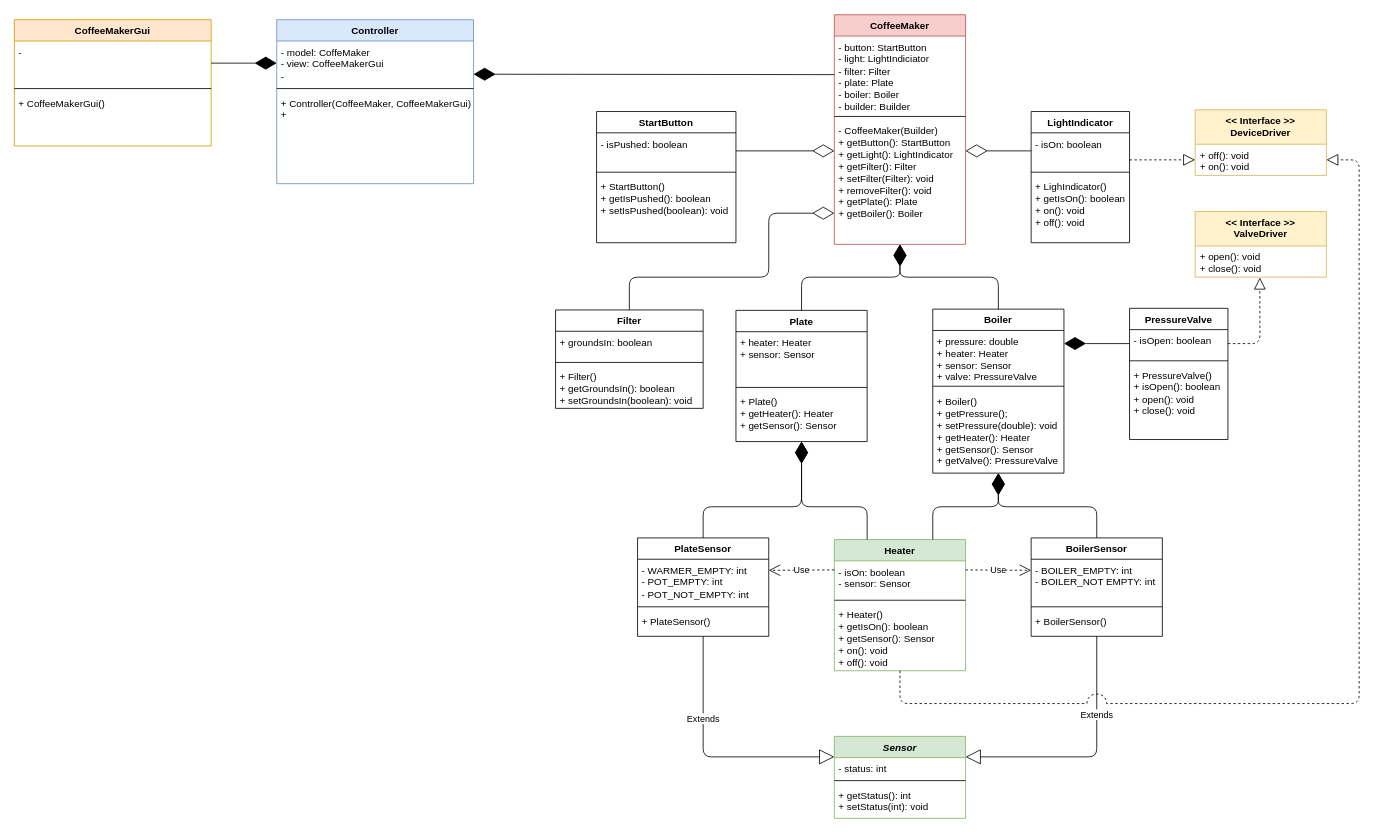
Before: resources/CoffeeMakerUML.drawio in JosueRodriguezGarcia/CoffeeMaker-Group2, a draw.io diagram. Source tidied: cells renumbered, new cells numbered last; positions are measured from the earlier drawing's top-left corner, leaving out a move shared by most shapes. Both pictures are drawn from the tidied source at 82%, with x=0, y=0 at pixel (14, 14).
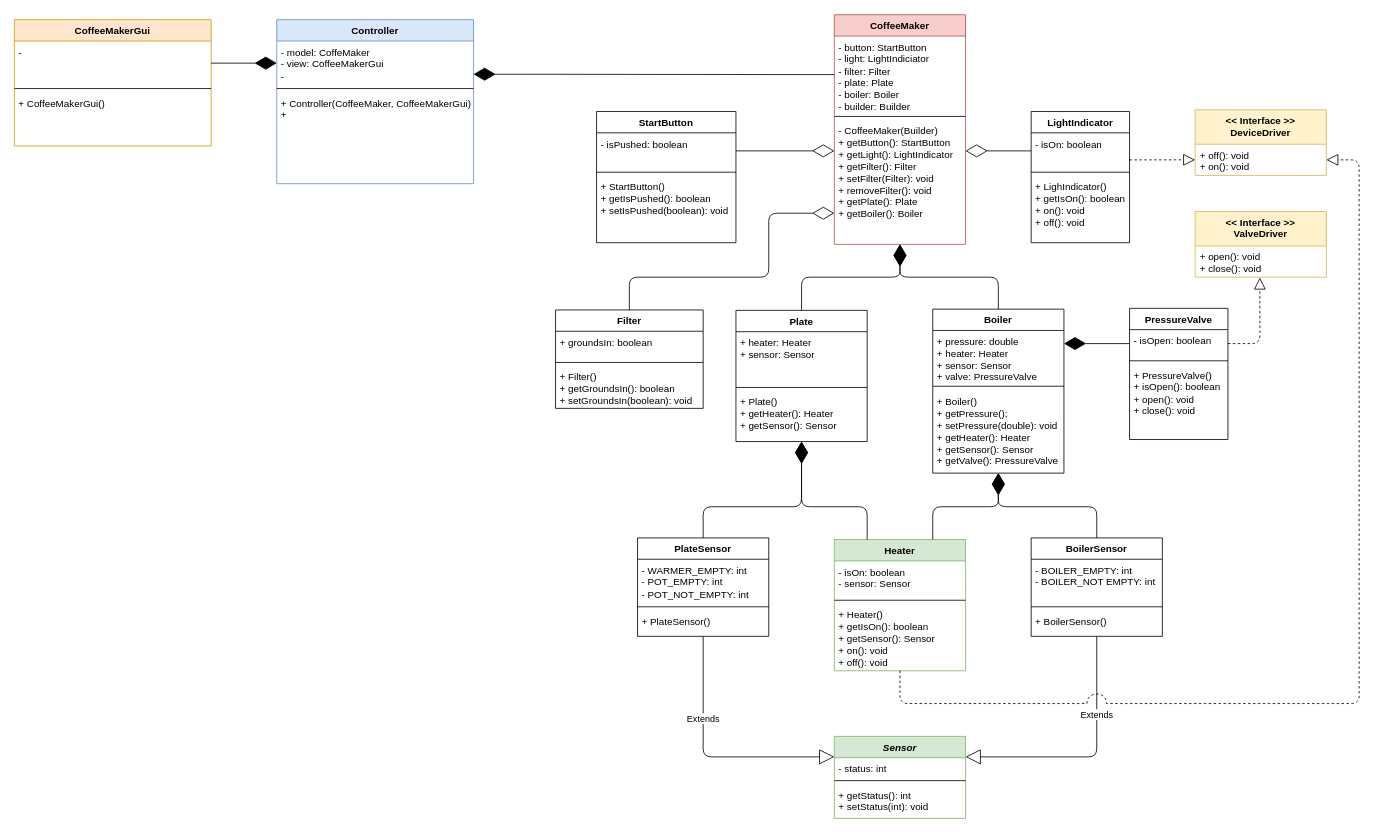
The same diagram, later.

The change refers to these unchanged cells:
```xml
<mxCell id="3" value="&amp;nbsp;- WARMER_EMPTY: int&lt;br&gt;&amp;nbsp;- POT_EMPTY: int&lt;br&gt;&amp;nbsp;- POT_NOT_EMPTY: int&lt;br&gt;" style="text;html=1;strokeColor=none;fillColor=none;align=left;verticalAlign=top;whiteSpace=wrap;rounded=0;" parent="2" vertex="1">
  <mxGeometry y="26" width="160" height="54" as="geometry" />
</mxCell>
<mxCell id="15" value="&amp;nbsp;- BOILER_EMPTY: int&lt;br&gt;&amp;nbsp;- BOILER_NOT EMPTY: int&lt;br&gt;&lt;br&gt;" style="text;html=1;strokeColor=none;fillColor=none;align=left;verticalAlign=top;whiteSpace=wrap;rounded=0;" parent="14" vertex="1">
  <mxGeometry y="26" width="160" height="54" as="geometry" />
</mxCell>
<mxCell id="23" value="&lt;div&gt;&lt;span&gt;&amp;nbsp;- isOn: boolean&lt;/span&gt;&lt;br&gt;&lt;/div&gt;&amp;nbsp;- sensor: Sensor" style="text;html=1;strokeColor=none;fillColor=none;align=left;verticalAlign=top;whiteSpace=wrap;rounded=0;" parent="22" vertex="1">
  <mxGeometry y="26" width="160" height="44" as="geometry" />
</mxCell>
```

The edit, as a diff of the source:
```diff
@@
-    <mxCell id="32" value="Use" style="endArrow=open;endSize=12;dashed=1;html=1;entryX=0;entryY=0.25;entryDx=0;entryDy=0;exitX=1;exitY=0.25;exitDx=0;exitDy=0;" parent="1" edge="1" source="23" target="15">
-      <mxGeometry relative="1" as="geometry" />
-    </mxCell>
@@
-    <mxCell id="61" value="Use" style="endArrow=open;endSize=12;dashed=1;html=1;exitX=0;exitY=0.25;exitDx=0;exitDy=0;entryX=1;entryY=0.25;entryDx=0;entryDy=0;" parent="1" edge="1" source="23" target="3">
-      <mxGeometry relative="1" as="geometry" />
-    </mxCell>
```
